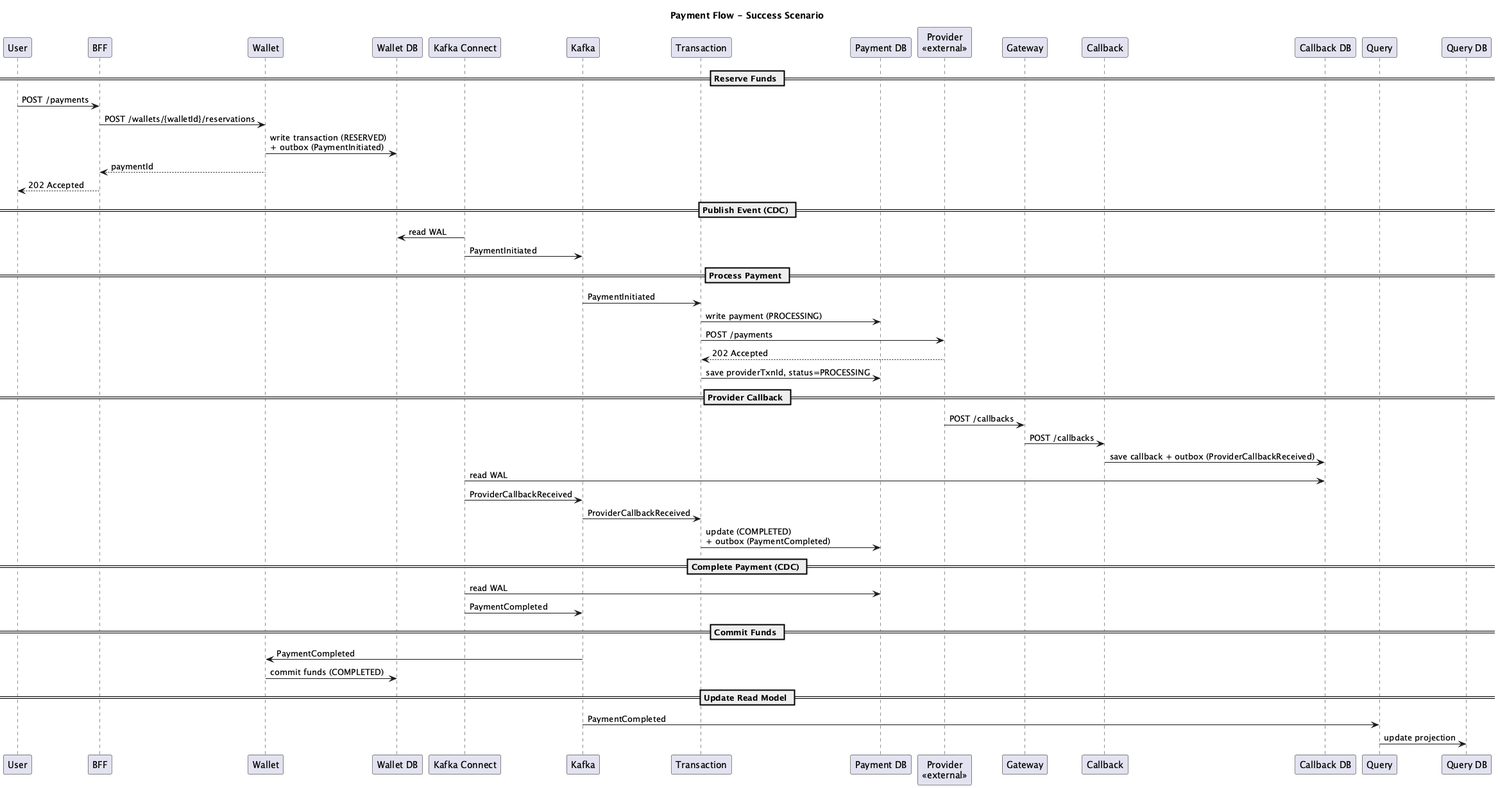
Above: diagrams/seq/seq-success.png in krsvyat/system-design (PlantUML), before the change.
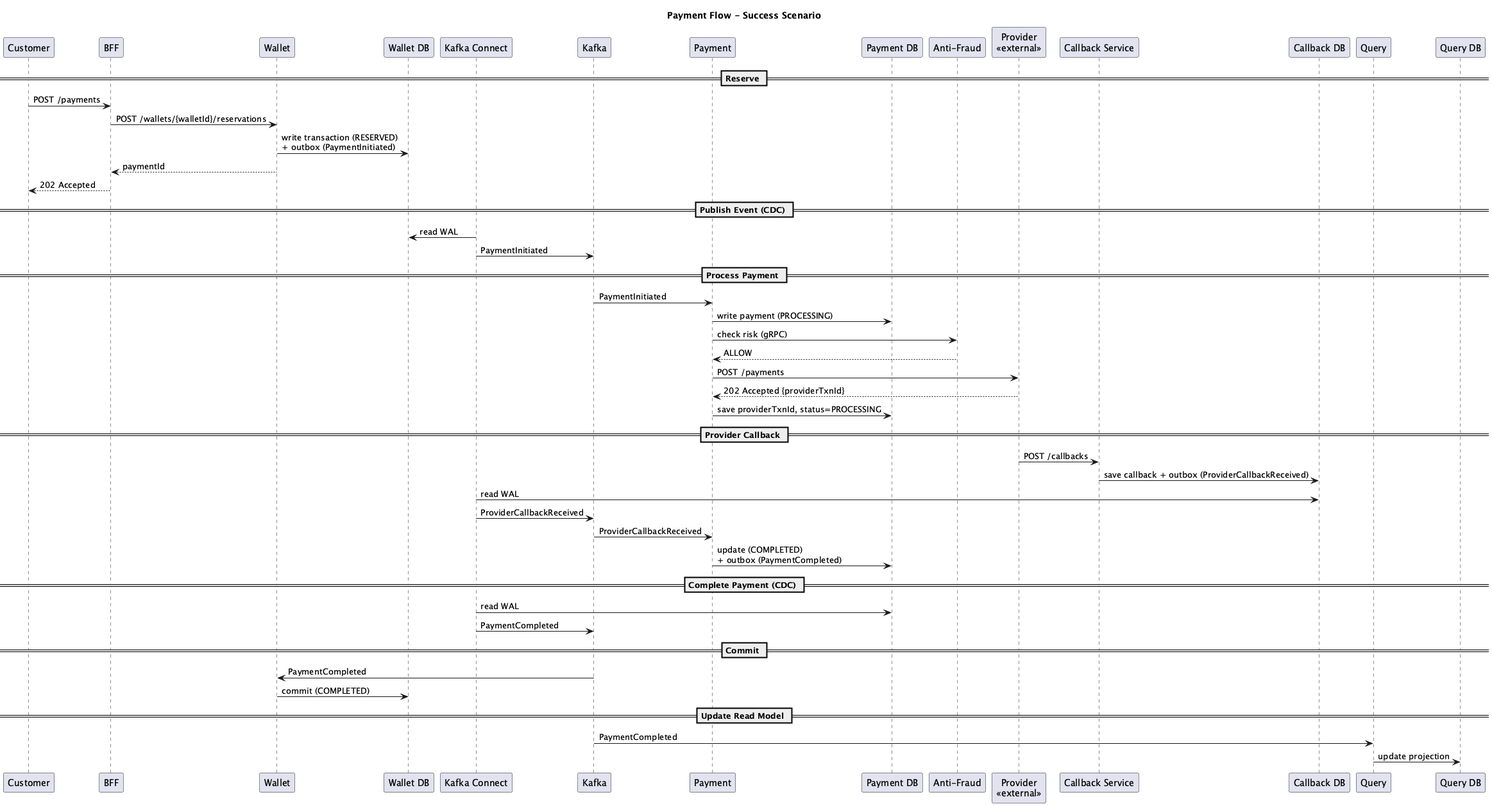
Above is the later version.

The edit, as a diff of the source:
```diff
@@ -1,28 +1,28 @@
 @startuml seq-success
 title Payment Flow - Success Scenario
 
-participant User
+participant Customer
 participant BFF
 participant Wallet
 participant "Wallet DB" as WalletDB
 participant "Kafka Connect" as KC
 participant Kafka
-participant Transaction
-participant "Payment DB" as TxDB
+participant Payment
+participant "Payment DB" as PaymentDB
+participant "Anti-Fraud" as AntiFraud
 participant "Provider\n<<external>>" as Provider
-participant Gateway
-participant Callback
+participant "Callback Service" as Callback
 participant "Callback DB" as CallbackDB
 participant Query
 participant "Query DB" as QueryDB
 
-== Reserve Funds ==
+== Reserve ==
 
-User -> BFF: POST /payments
+Customer -> BFF: POST /payments
 BFF -> Wallet: POST /wallets/{walletId}/reservations
 Wallet -> WalletDB: write transaction (RESERVED)\n+ outbox (PaymentInitiated)
 Wallet --> BFF: paymentId
-BFF --> User: 202 Accepted
+BFF --> Customer: 202 Accepted
 
 == Publish Event (CDC) ==
 
@@ -31,31 +31,32 @@
 
 == Process Payment ==
 
-Kafka -> Transaction: PaymentInitiated
-Transaction -> TxDB: write payment (PROCESSING)
-Transaction -> Provider: POST /payments
-Provider --> Transaction: 202 Accepted
-Transaction -> TxDB: save providerTxnId, status=PROCESSING
+Kafka -> Payment: PaymentInitiated
+Payment -> PaymentDB: write payment (PROCESSING)
+Payment -> AntiFraud: check risk (gRPC)
+AntiFraud --> Payment: ALLOW
+Payment -> Provider: POST /payments
+Provider --> Payment: 202 Accepted {providerTxnId}
+Payment -> PaymentDB: save providerTxnId, status=PROCESSING
 
 == Provider Callback ==
 
-Provider -> Gateway: POST /callbacks
-Gateway -> Callback: POST /callbacks
+Provider -> Callback: POST /callbacks
 Callback -> CallbackDB: save callback + outbox (ProviderCallbackReceived)
 KC -> CallbackDB: read WAL
 KC -> Kafka: ProviderCallbackReceived
-Kafka -> Transaction: ProviderCallbackReceived
-Transaction -> TxDB: update (COMPLETED)\n+ outbox (PaymentCompleted)
+Kafka -> Payment: ProviderCallbackReceived
+Payment -> PaymentDB: update (COMPLETED)\n+ outbox (PaymentCompleted)
 
 == Complete Payment (CDC) ==
 
-KC -> TxDB: read WAL
+KC -> PaymentDB: read WAL
 KC -> Kafka: PaymentCompleted
 
-== Commit Funds ==
+== Commit ==
 
 Kafka -> Wallet: PaymentCompleted
-Wallet -> WalletDB: commit funds (COMPLETED)
+Wallet -> WalletDB: commit (COMPLETED)
 
 == Update Read Model ==
 
```
